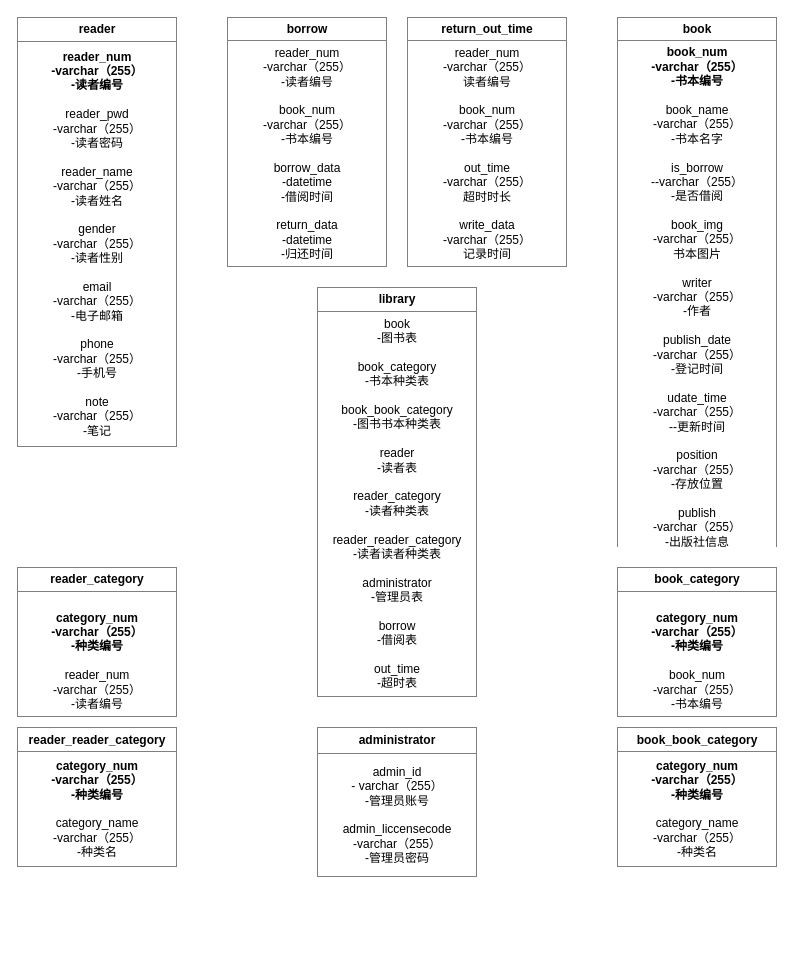
Above: 1.drawio in Varasekie/database_homework_proj (draw.io), before the change. Source tidied: cells renumbered, new cells numbered last; positions are measured from the earlier drawing's top-left corner, leaving out a move shared by most shapes. Both pictures are drawn from the tidied source at 100%, with x=0, y=0 at pixel (17, 17).
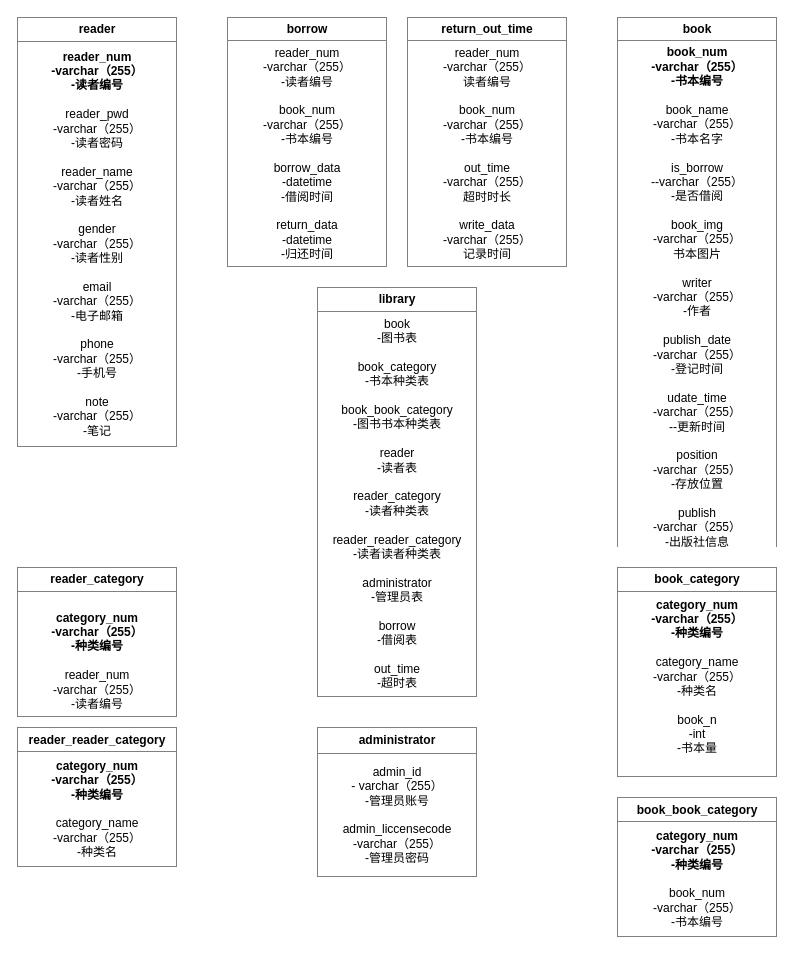
The same diagram, later.

What changed in the source:
```diff
@@
 <mxGraphModel>
   <root>
     <mxCell id="0" />
     <mxCell id="1" parent="0" />
-    <mxCell id="2" value="&lt;table border=&quot;1&quot; width=&quot;100%&quot; cellpadding=&quot;4&quot; style=&quot;width: 100% ; height: 100% ; border-collapse: collapse&quot;&gt;&lt;tbody&gt;&lt;tr&gt;&lt;th align=&quot;center&quot;&gt;book_category&lt;/th&gt;&lt;/tr&gt;&lt;tr&gt;&lt;td align=&quot;center&quot;&gt;&lt;b&gt;&lt;br&gt;category_num&lt;br&gt;-varchar（255）&lt;br&gt;-种类编号&lt;br&gt;&lt;/b&gt;&lt;br&gt;book_num&lt;br&gt;-varchar（255）&lt;br&gt;-书本编号&lt;br&gt;&lt;/td&gt;&lt;/tr&gt;&lt;/tbody&gt;&lt;/table&gt;" style="text;html=1;strokeColor=none;fillColor=none;overflow=fill;" parent="1" vertex="1">
-      <mxGeometry x="600" y="550" width="160" height="150" as="geometry" />
+    <mxCell id="2" value="&lt;table border=&quot;1&quot; width=&quot;100%&quot; cellpadding=&quot;4&quot; style=&quot;width: 100% ; height: 100% ; border-collapse: collapse&quot;&gt;&lt;tbody&gt;&lt;tr&gt;&lt;th align=&quot;center&quot;&gt;book_category&lt;/th&gt;&lt;/tr&gt;&lt;tr&gt;&lt;td align=&quot;center&quot;&gt;&lt;b&gt;category_num&lt;br&gt;-varchar（255）&lt;br&gt;-种类编号&lt;/b&gt;&lt;br&gt;&lt;br&gt;category_name&lt;br&gt;-varchar（255）&lt;br&gt;-种类名&lt;br&gt;&lt;br&gt;book_n&lt;br&gt;-int&lt;br&gt;-书本量&lt;br&gt;&lt;br&gt;&lt;/td&gt;&lt;/tr&gt;&lt;/tbody&gt;&lt;/table&gt;" style="text;html=1;strokeColor=none;fillColor=none;overflow=fill;" parent="1" vertex="1">
+      <mxGeometry x="600" y="550" width="160" height="210" as="geometry" />
     </mxCell>
-    <mxCell id="3" value="&lt;table border=&quot;1&quot; width=&quot;100%&quot; cellpadding=&quot;4&quot; style=&quot;width: 100% ; height: 100% ; border-collapse: collapse&quot;&gt;&lt;tbody&gt;&lt;tr&gt;&lt;th align=&quot;center&quot;&gt;book_book_category&lt;/th&gt;&lt;/tr&gt;&lt;tr&gt;&lt;td align=&quot;center&quot;&gt;&lt;b&gt;category_num&lt;br&gt;-varchar（255）&lt;br&gt;-种类编号&lt;/b&gt;&lt;br&gt;&lt;br&gt;category_name&lt;br&gt;-varchar（255）&lt;br&gt;-种类名&lt;/td&gt;&lt;/tr&gt;&lt;/tbody&gt;&lt;/table&gt;" style="text;html=1;strokeColor=none;fillColor=none;overflow=fill;" parent="1" vertex="1">
-      <mxGeometry x="600" y="710" width="160" height="140" as="geometry" />
+    <mxCell id="3" value="&lt;table border=&quot;1&quot; width=&quot;100%&quot; cellpadding=&quot;4&quot; style=&quot;width: 100% ; height: 100% ; border-collapse: collapse&quot;&gt;&lt;tbody&gt;&lt;tr&gt;&lt;th align=&quot;center&quot;&gt;book_book_category&lt;/th&gt;&lt;/tr&gt;&lt;tr&gt;&lt;td align=&quot;center&quot;&gt;&lt;b&gt;category_num&lt;br&gt;-varchar（255）&lt;br&gt;-种类编号&lt;br&gt;&lt;/b&gt;&lt;br&gt;book_num&lt;br&gt;-varchar（255）&lt;br&gt;-书本编号&lt;br&gt;&lt;/td&gt;&lt;/tr&gt;&lt;/tbody&gt;&lt;/table&gt;" style="text;html=1;strokeColor=none;fillColor=none;overflow=fill;" parent="1" vertex="1">
+      <mxGeometry x="600" y="780" width="160" height="140" as="geometry" />
     </mxCell>
     <mxCell id="4" value="&lt;table border=&quot;1&quot; width=&quot;100%&quot; cellpadding=&quot;4&quot; style=&quot;width: 100% ; height: 100% ; border-collapse: collapse&quot;&gt;&lt;tbody&gt;&lt;tr&gt;&lt;th align=&quot;center&quot;&gt;&lt;b&gt;book&lt;/b&gt;&lt;/th&gt;&lt;/tr&gt;&lt;tr&gt;&lt;td align=&quot;center&quot;&gt;&lt;b&gt;book_num&lt;br&gt;-varchar（255）&lt;br&gt;-书本编号&lt;/b&gt;&lt;br&gt;&lt;br&gt;book_name&lt;br&gt;-varchar（255）&lt;br&gt;-书本名字&lt;br&gt;&lt;br&gt;is_borrow&lt;br&gt;--varchar（255）&lt;br&gt;-是否借阅&lt;br&gt;&lt;br&gt;book_img&lt;br&gt;-varchar（255）&lt;br&gt;书本图片&lt;br&gt;&lt;br&gt;writer&lt;br&gt;-varchar（255）&lt;br&gt;-作者&lt;br&gt;&lt;br&gt;publish_date&lt;br&gt;-varchar（255）&lt;br&gt;-登记时间&lt;br&gt;&lt;br&gt;udate_time&lt;br&gt;-varchar（255）&lt;br&gt;--更新时间&lt;br&gt;&lt;br&gt;position&lt;br&gt;-varchar（255）&lt;br&gt;-存放位置&lt;br&gt;&lt;br&gt;publish&lt;br&gt;-varchar（255）&lt;br&gt;-出版社信息&lt;/td&gt;&lt;/tr&gt;&lt;/tbody&gt;&lt;/table&gt;" style="text;html=1;strokeColor=none;fillColor=none;overflow=fill;" parent="1" vertex="1">
       <mxGeometry x="600" width="160" height="530" as="geometry" />
     </mxCell>
     <mxCell id="5" value="&lt;table border=&quot;1&quot; width=&quot;100%&quot; cellpadding=&quot;4&quot; style=&quot;width: 100% ; height: 100% ; border-collapse: collapse&quot;&gt;&lt;tbody&gt;&lt;tr&gt;&lt;th align=&quot;center&quot;&gt;reader_category&lt;/th&gt;&lt;/tr&gt;&lt;tr&gt;&lt;td align=&quot;center&quot;&gt;&lt;b&gt;&lt;br&gt;category_num&lt;br&gt;-varchar（255）&lt;br&gt;-种类编号&lt;/b&gt;&lt;br&gt;&lt;br&gt;reader_num&lt;br&gt;-varchar（255）&lt;br&gt;-读者编号&lt;br&gt;&lt;/td&gt;&lt;/tr&gt;&lt;/tbody&gt;&lt;/table&gt;" style="text;html=1;strokeColor=none;fillColor=none;overflow=fill;" parent="1" vertex="1">
       <mxGeometry y="550" width="160" height="150" as="geometry" />
     </mxCell>
     <mxCell id="6" value="&lt;table border=&quot;1&quot; width=&quot;100%&quot; cellpadding=&quot;4&quot; style=&quot;width: 100% ; height: 100% ; border-collapse: collapse&quot;&gt;&lt;tbody&gt;&lt;tr&gt;&lt;th align=&quot;center&quot;&gt;reader_reader_category&lt;/th&gt;&lt;/tr&gt;&lt;tr&gt;&lt;td align=&quot;center&quot;&gt;&lt;b&gt;category_num&lt;br&gt;-varchar（255）&lt;br&gt;-种类编号&lt;/b&gt;&lt;br&gt;&lt;br&gt;category_name&lt;br&gt;-varchar（255）&lt;br&gt;-种类名&lt;br&gt;&lt;/td&gt;&lt;/tr&gt;&lt;/tbody&gt;&lt;/table&gt;" style="text;html=1;strokeColor=none;fillColor=none;overflow=fill;" parent="1" vertex="1">
       <mxGeometry y="710" width="160" height="140" as="geometry" />
     </mxCell>
     <mxCell id="7" value="&lt;table border=&quot;1&quot; width=&quot;100%&quot; cellpadding=&quot;4&quot; style=&quot;width: 100% ; height: 100% ; border-collapse: collapse&quot;&gt;&lt;tbody&gt;&lt;tr&gt;&lt;th align=&quot;center&quot;&gt;&lt;b&gt;reader&lt;/b&gt;&lt;/th&gt;&lt;/tr&gt;&lt;tr&gt;&lt;td align=&quot;center&quot;&gt;&lt;b&gt;reader_num&lt;br&gt;-varchar（255）&lt;br&gt;-读者编号&lt;br&gt;&lt;br&gt;&lt;/b&gt;reader_pwd&lt;br&gt;-varchar（255）&lt;br&gt;-读者密码&lt;br&gt;&lt;br&gt;reader_name&lt;br&gt;-varchar（255）&lt;br&gt;-读者姓名&lt;br&gt;&lt;br&gt;gender&lt;br&gt;-varchar（255）&lt;br&gt;-读者性别&lt;br&gt;&lt;br&gt;email&lt;br&gt;-varchar（255）&lt;br&gt;-电子邮箱&lt;br&gt;&lt;br&gt;phone&lt;br&gt;-varchar（255）&lt;br&gt;-手机号&lt;br&gt;&lt;br&gt;note&lt;br&gt;-varchar（255）&lt;br&gt;-笔记&lt;br&gt;&lt;/td&gt;&lt;/tr&gt;&lt;/tbody&gt;&lt;/table&gt;" style="text;html=1;strokeColor=none;fillColor=none;overflow=fill;" parent="1" vertex="1">
       <mxGeometry width="160" height="430" as="geometry" />
     </mxCell>
     <mxCell id="8" value="&lt;table border=&quot;1&quot; width=&quot;100%&quot; cellpadding=&quot;4&quot; style=&quot;width: 100% ; height: 100% ; border-collapse: collapse&quot;&gt;&lt;tbody&gt;&lt;tr&gt;&lt;th align=&quot;center&quot;&gt;&lt;b&gt;borrow&lt;/b&gt;&lt;/th&gt;&lt;/tr&gt;&lt;tr&gt;&lt;td align=&quot;center&quot;&gt;reader_num&lt;br&gt;-varchar（255）&lt;br&gt;-读者编号&lt;br&gt;&lt;br&gt;book_num&lt;br&gt;-varchar（255）&lt;br&gt;-书本编号&lt;br&gt;&lt;br&gt;borrow_data&lt;br&gt;-datetime&lt;br&gt;-借阅时间&lt;br&gt;&lt;br&gt;return_data&lt;br&gt;-datetime&lt;br&gt;-归还时间&lt;/td&gt;&lt;/tr&gt;&lt;/tbody&gt;&lt;/table&gt;" style="text;html=1;strokeColor=none;fillColor=none;overflow=fill;" parent="1" vertex="1">
       <mxGeometry x="210" width="160" height="250" as="geometry" />
     </mxCell>
     <mxCell id="9" value="&lt;table border=&quot;1&quot; width=&quot;100%&quot; cellpadding=&quot;4&quot; style=&quot;width: 100% ; height: 100% ; border-collapse: collapse&quot;&gt;&lt;tbody&gt;&lt;tr&gt;&lt;th align=&quot;center&quot;&gt;&lt;b&gt;library&lt;/b&gt;&lt;/th&gt;&lt;/tr&gt;&lt;tr&gt;&lt;td align=&quot;center&quot;&gt;book&lt;br&gt;-图书表&lt;br&gt;&lt;br&gt;book_category&lt;br&gt;-书本种类表&lt;br&gt;&lt;br&gt;book_book_category&lt;br&gt;-图书书本种类表&lt;br&gt;&lt;br&gt;reader&lt;br&gt;-读者表&lt;br&gt;&lt;br&gt;reader_category&lt;br&gt;-读者种类表&lt;br&gt;&lt;br&gt;reader_reader_category&lt;br&gt;-读者读者种类表&lt;br&gt;&lt;br&gt;administrator&lt;br&gt;-管理员表&lt;br&gt;&lt;br&gt;borrow&lt;br&gt;-借阅表&lt;br&gt;&lt;br&gt;out_time&lt;br&gt;-超时表&lt;/td&gt;&lt;/tr&gt;&lt;/tbody&gt;&lt;/table&gt;" style="text;html=1;strokeColor=none;fillColor=none;overflow=fill;" parent="1" vertex="1">
       <mxGeometry x="300" y="270" width="160" height="410" as="geometry" />
     </mxCell>
     <mxCell id="10" value="&lt;table border=&quot;1&quot; width=&quot;100%&quot; cellpadding=&quot;4&quot; style=&quot;width: 100% ; height: 100% ; border-collapse: collapse&quot;&gt;&lt;tbody&gt;&lt;tr&gt;&lt;th align=&quot;center&quot;&gt;&lt;b&gt;return_out_time&lt;/b&gt;&lt;/th&gt;&lt;/tr&gt;&lt;tr&gt;&lt;td align=&quot;center&quot;&gt;reader_num&lt;br&gt;-varchar（255）&lt;br&gt;读者编号&lt;br&gt;&lt;br&gt;book_num&lt;br&gt;-varchar（255）&lt;br&gt;-书本编号&lt;br&gt;&lt;br&gt;out_time&lt;br&gt;-varchar（255）&lt;br&gt;超时时长&lt;br&gt;&lt;br&gt;write_data&lt;br&gt;-varchar（255）&lt;br&gt;记录时间&lt;/td&gt;&lt;/tr&gt;&lt;/tbody&gt;&lt;/table&gt;" style="text;html=1;strokeColor=none;fillColor=none;overflow=fill;" parent="1" vertex="1">
       <mxGeometry x="390" width="160" height="250" as="geometry" />
     </mxCell>
     <mxCell id="11" value="&lt;table border=&quot;1&quot; width=&quot;100%&quot; cellpadding=&quot;4&quot; style=&quot;width: 100% ; height: 100% ; border-collapse: collapse&quot;&gt;&lt;tbody&gt;&lt;tr&gt;&lt;th align=&quot;center&quot;&gt;administrator&lt;/th&gt;&lt;/tr&gt;&lt;tr&gt;&lt;td align=&quot;center&quot;&gt;admin_id &lt;br&gt;- varchar（255）&lt;br&gt;-管理员账号&lt;br&gt;&lt;br&gt;admin_liccensecode&lt;br&gt;-varchar（255）&lt;br&gt;-管理员密码&lt;/td&gt;&lt;/tr&gt;&lt;/tbody&gt;&lt;/table&gt;" style="text;html=1;strokeColor=none;fillColor=none;overflow=fill;" parent="1" vertex="1">
       <mxGeometry x="300" y="710" width="160" height="150" as="geometry" />
     </mxCell>
   </root>
 </mxGraphModel>
```
